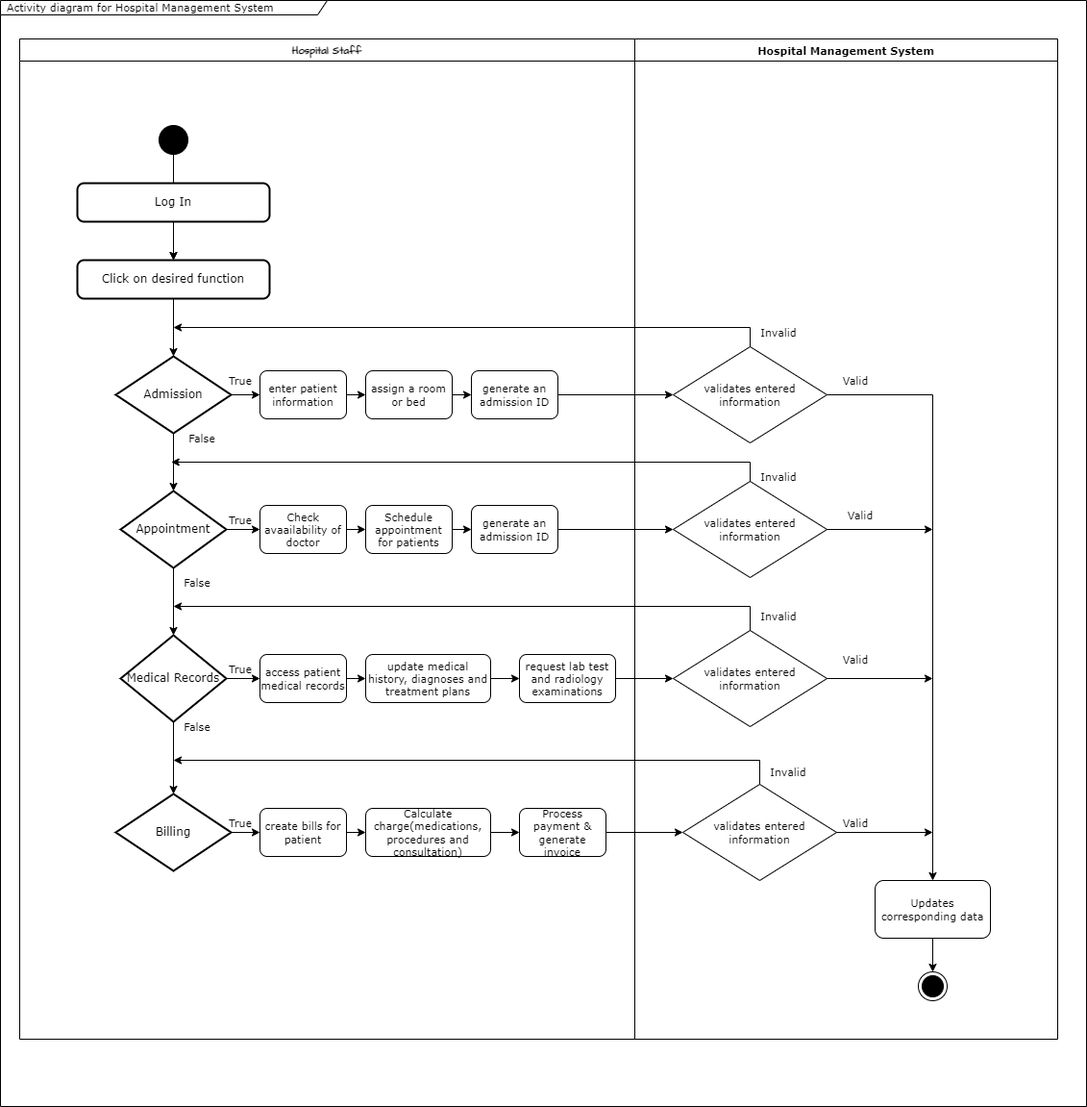
The draw.io diagram exercise/uml/submission/sec02/nurfarahadibah/ActDiagram.drawio.png in drshahizan/software-engineering, before a commit. Source tidied: cells renumbered, new cells last; positions are measured from the earlier drawing's top-left corner, leaving out a move shared by most shapes.
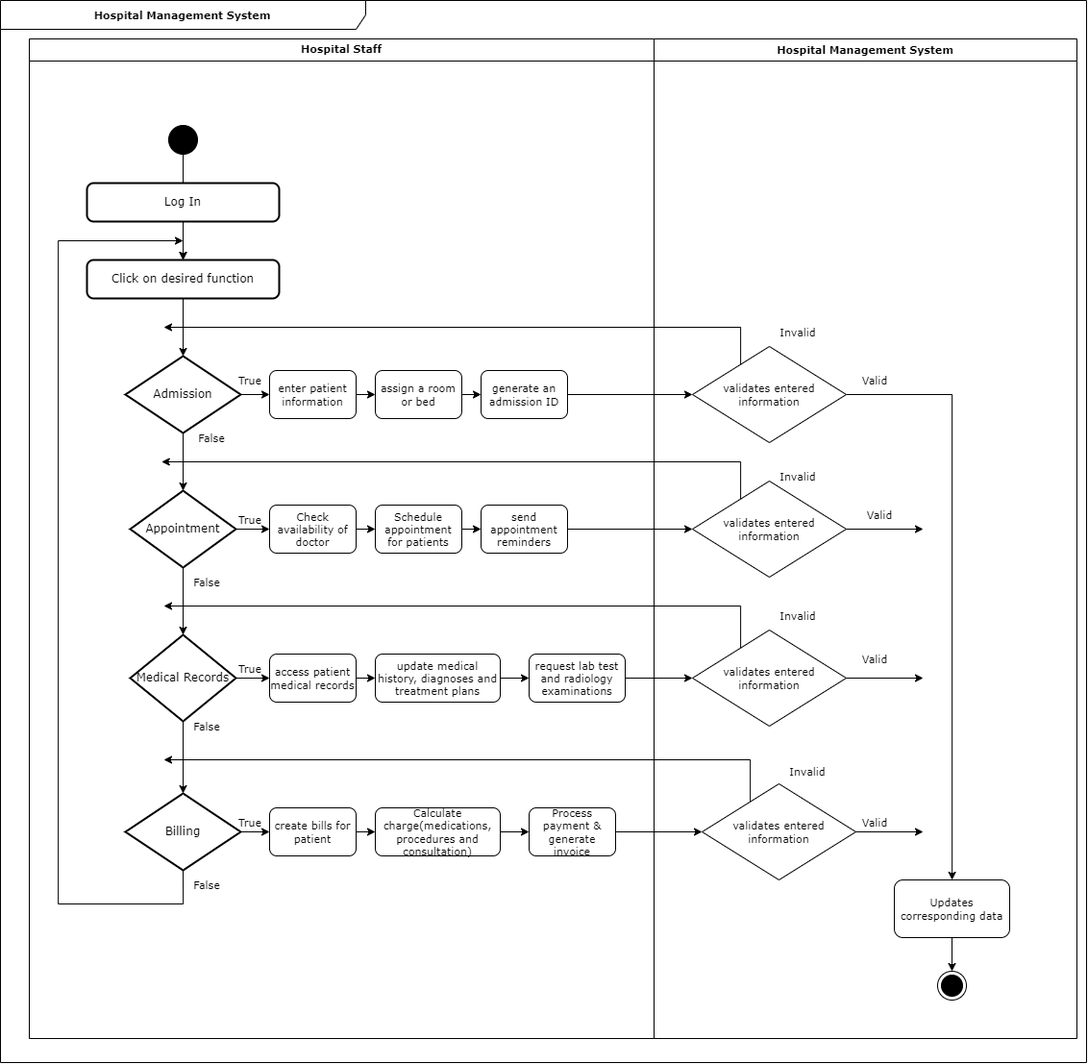
After the commit.

What changed in the source:
```diff
@@ -2,8 +2,8 @@
   <root>
     <mxCell id="0" />
     <mxCell id="1" parent="0" />
-    <mxCell id="2" value="Hospital Staff" style="swimlane;whiteSpace=wrap;html=1;sketch=0;hachureGap=4;jiggle=2;curveFitting=1;fontFamily=Architects Daughter;fontSource=https%3A%2F%2Ffonts.googleapis.com%2Fcss%3Ffamily%3DArchitects%2BDaughter;fontSize=11;" parent="1" vertex="1">
-      <mxGeometry x="20" y="40" width="640" height="1040" as="geometry" />
+    <mxCell id="2" value="&lt;font face=&quot;Verdana&quot;&gt;Hospital Staff&lt;/font&gt;" style="swimlane;whiteSpace=wrap;html=1;sketch=0;hachureGap=4;jiggle=2;curveFitting=1;fontFamily=Architects Daughter;fontSource=https%3A%2F%2Ffonts.googleapis.com%2Fcss%3Ffamily%3DArchitects%2BDaughter;fontSize=11;align=center;" parent="1" vertex="1">
+      <mxGeometry x="20" y="40" width="650" height="1040" as="geometry" />
     </mxCell>
     <mxCell id="3" style="edgeStyle=orthogonalEdgeStyle;rounded=0;sketch=0;hachureGap=4;jiggle=2;curveFitting=1;html=1;fontFamily=Verdana;fontSize=11;" parent="2" edge="1" source="4" target="19">
       <mxGeometry relative="1" as="geometry" />
@@ -74,7 +74,7 @@
     <mxCell id="25" style="edgeStyle=orthogonalEdgeStyle;rounded=0;sketch=0;hachureGap=4;jiggle=2;curveFitting=1;html=1;fontFamily=Verdana;fontSize=11;" parent="2" edge="1" source="26" target="28">
       <mxGeometry relative="1" as="geometry" />
     </mxCell>
-    <mxCell id="26" value="Check avaailability of doctor" style="rounded=1;whiteSpace=wrap;html=1;hachureGap=4;fontFamily=Verdana;fontSize=11;" parent="2" vertex="1">
+    <mxCell id="26" value="Check availability of doctor" style="rounded=1;whiteSpace=wrap;html=1;hachureGap=4;fontFamily=Verdana;fontSize=11;" parent="2" vertex="1">
       <mxGeometry x="250" y="485" width="90" height="50" as="geometry" />
     </mxCell>
     <mxCell id="27" style="edgeStyle=orthogonalEdgeStyle;rounded=0;sketch=0;hachureGap=4;jiggle=2;curveFitting=1;html=1;fontFamily=Verdana;fontSize=11;" parent="2" edge="1" source="28" target="29">
@@ -83,7 +83,7 @@
     <mxCell id="28" value="Schedule appointment for patients" style="rounded=1;whiteSpace=wrap;html=1;hachureGap=4;fontFamily=Verdana;fontSize=11;" parent="2" vertex="1">
       <mxGeometry x="360" y="485" width="90" height="50" as="geometry" />
     </mxCell>
-    <mxCell id="29" value="generate an admission ID" style="rounded=1;whiteSpace=wrap;html=1;hachureGap=4;fontFamily=Verdana;fontSize=11;" parent="2" vertex="1">
+    <mxCell id="29" value="send appointment reminders" style="rounded=1;whiteSpace=wrap;html=1;hachureGap=4;fontFamily=Verdana;fontSize=11;" parent="2" vertex="1">
       <mxGeometry x="470" y="485" width="90" height="50" as="geometry" />
     </mxCell>
     <mxCell id="30" style="edgeStyle=orthogonalEdgeStyle;rounded=0;sketch=0;hachureGap=4;jiggle=2;curveFitting=1;html=1;fontFamily=Verdana;fontSize=11;" parent="2" edge="1" source="31" target="33">
@@ -137,8 +137,24 @@
     <mxCell id="46" value="False" style="text;html=1;strokeColor=none;fillColor=none;align=center;verticalAlign=middle;whiteSpace=wrap;rounded=0;sketch=0;hachureGap=4;jiggle=2;curveFitting=1;fontFamily=Verdana;fontSize=11;" parent="2" vertex="1">
       <mxGeometry x="160" y="400" width="60" height="30" as="geometry" />
     </mxCell>
+    <mxCell id="76" style="edgeStyle=orthogonalEdgeStyle;rounded=0;sketch=0;hachureGap=4;jiggle=2;curveFitting=1;html=1;fontFamily=Verdana;fontSize=11;exitX=0.5;exitY=1;exitDx=0;exitDy=0;exitPerimeter=0;" parent="2" edge="1" source="17">
+      <mxGeometry relative="1" as="geometry">
+        <mxPoint x="160" y="210" as="targetPoint" />
+        <Array as="points">
+          <mxPoint x="160" y="900" />
+          <mxPoint x="30" y="900" />
+          <mxPoint x="30" y="210" />
+        </Array>
+      </mxGeometry>
+    </mxCell>
+    <mxCell id="77" value="False" style="text;html=1;strokeColor=none;fillColor=none;align=center;verticalAlign=middle;whiteSpace=wrap;rounded=0;sketch=0;hachureGap=4;jiggle=2;curveFitting=1;fontFamily=Verdana;fontSize=11;" parent="2" vertex="1">
+      <mxGeometry x="155" y="865" width="60" height="30" as="geometry" />
+    </mxCell>
+    <mxCell id="78" value="&lt;span style=&quot;font-weight: 700;&quot;&gt;Hospital Management System&lt;/span&gt;" style="shape=umlFrame;whiteSpace=wrap;html=1;sketch=0;hachureGap=4;jiggle=2;curveFitting=1;fontFamily=Verdana;fontSize=11;width=380;height=30;" parent="2" vertex="1">
+      <mxGeometry x="-30" y="-40" width="1130" height="1105" as="geometry" />
+    </mxCell>
-    <mxCell id="47" value="Hospital Management System" style="swimlane;whiteSpace=wrap;html=1;sketch=0;hachureGap=4;jiggle=2;curveFitting=1;fontFamily=Verdana;fontSize=11;" parent="1" vertex="1">
-      <mxGeometry x="660" y="40" width="440" height="1040" as="geometry" />
+    <mxCell id="47" value="Hospital Management System" style="swimlane;whiteSpace=wrap;html=1;sketch=0;hachureGap=4;jiggle=2;curveFitting=1;fontFamily=Verdana;fontSize=11;" parent="2" vertex="1">
+      <mxGeometry x="650" width="440" height="1040" as="geometry" />
     </mxCell>
     <mxCell id="48" style="edgeStyle=orthogonalEdgeStyle;rounded=0;sketch=0;hachureGap=4;jiggle=2;curveFitting=1;html=1;fontFamily=Verdana;fontSize=11;" parent="47" edge="1" source="49" target="54">
       <mxGeometry relative="1" as="geometry" />
@@ -188,67 +204,64 @@
     <mxCell id="63" value="Invalid" style="text;html=1;strokeColor=none;fillColor=none;align=center;verticalAlign=middle;whiteSpace=wrap;rounded=0;sketch=0;hachureGap=4;jiggle=2;curveFitting=1;fontFamily=Verdana;fontSize=11;" parent="47" vertex="1">
       <mxGeometry x="130" y="747" width="60" height="30" as="geometry" />
     </mxCell>
-    <mxCell id="64" style="edgeStyle=orthogonalEdgeStyle;rounded=0;sketch=0;hachureGap=4;jiggle=2;curveFitting=1;html=1;entryX=0;entryY=0.5;entryDx=0;entryDy=0;fontFamily=Verdana;fontSize=11;" parent="1" edge="1" source="24" target="49">
+    <mxCell id="64" style="edgeStyle=orthogonalEdgeStyle;rounded=0;sketch=0;hachureGap=4;jiggle=2;curveFitting=1;html=1;entryX=0;entryY=0.5;entryDx=0;entryDy=0;fontFamily=Verdana;fontSize=11;" parent="2" edge="1" source="24" target="49">
       <mxGeometry relative="1" as="geometry" />
     </mxCell>
-    <mxCell id="65" style="edgeStyle=orthogonalEdgeStyle;rounded=0;sketch=0;hachureGap=4;jiggle=2;curveFitting=1;html=1;entryX=0;entryY=0.5;entryDx=0;entryDy=0;fontFamily=Verdana;fontSize=11;" parent="1" edge="1" source="29" target="50">
+    <mxCell id="65" style="edgeStyle=orthogonalEdgeStyle;rounded=0;sketch=0;hachureGap=4;jiggle=2;curveFitting=1;html=1;entryX=0;entryY=0.5;entryDx=0;entryDy=0;fontFamily=Verdana;fontSize=11;" parent="2" edge="1" source="29" target="50">
       <mxGeometry relative="1" as="geometry" />
     </mxCell>
-    <mxCell id="66" style="edgeStyle=orthogonalEdgeStyle;rounded=0;sketch=0;hachureGap=4;jiggle=2;curveFitting=1;html=1;fontFamily=Verdana;fontSize=11;" parent="1" edge="1" source="34" target="51">
+    <mxCell id="66" style="edgeStyle=orthogonalEdgeStyle;rounded=0;sketch=0;hachureGap=4;jiggle=2;curveFitting=1;html=1;fontFamily=Verdana;fontSize=11;" parent="2" edge="1" source="34" target="51">
       <mxGeometry relative="1" as="geometry" />
     </mxCell>
-    <mxCell id="67" style="edgeStyle=orthogonalEdgeStyle;rounded=0;sketch=0;hachureGap=4;jiggle=2;curveFitting=1;html=1;entryX=0;entryY=0.5;entryDx=0;entryDy=0;fontFamily=Verdana;fontSize=11;" parent="1" edge="1" source="39" target="52">
+    <mxCell id="67" style="edgeStyle=orthogonalEdgeStyle;rounded=0;sketch=0;hachureGap=4;jiggle=2;curveFitting=1;html=1;entryX=0;entryY=0.5;entryDx=0;entryDy=0;fontFamily=Verdana;fontSize=11;" parent="2" edge="1" source="39" target="52">
       <mxGeometry relative="1" as="geometry" />
     </mxCell>
     <mxCell id="68" style="edgeStyle=orthogonalEdgeStyle;rounded=0;sketch=0;hachureGap=4;jiggle=2;curveFitting=1;html=1;fontFamily=Verdana;fontSize=11;" parent="1" edge="1" source="50">
       <mxGeometry relative="1" as="geometry">
-        <mxPoint x="970" y="550" as="targetPoint" />
+        <mxPoint x="950" y="550" as="targetPoint" />
       </mxGeometry>
     </mxCell>
     <mxCell id="69" style="edgeStyle=orthogonalEdgeStyle;rounded=0;sketch=0;hachureGap=4;jiggle=2;curveFitting=1;html=1;fontFamily=Verdana;fontSize=11;" parent="1" edge="1" source="51">
       <mxGeometry relative="1" as="geometry">
-        <mxPoint x="970" y="705" as="targetPoint" />
+        <mxPoint x="950" y="705" as="targetPoint" />
       </mxGeometry>
     </mxCell>
     <mxCell id="70" style="edgeStyle=orthogonalEdgeStyle;rounded=0;sketch=0;hachureGap=4;jiggle=2;curveFitting=1;html=1;fontFamily=Verdana;fontSize=11;" parent="1" edge="1" source="52">
       <mxGeometry relative="1" as="geometry">
-        <mxPoint x="970" y="865" as="targetPoint" />
+        <mxPoint x="950" y="865" as="targetPoint" />
       </mxGeometry>
     </mxCell>
     <mxCell id="71" style="edgeStyle=orthogonalEdgeStyle;rounded=0;sketch=0;hachureGap=4;jiggle=2;curveFitting=1;html=1;fontFamily=Verdana;fontSize=11;" parent="1" edge="1" source="49">
       <mxGeometry relative="1" as="geometry">
-        <mxPoint x="180" y="340" as="targetPoint" />
+        <mxPoint x="160" y="340" as="targetPoint" />
         <Array as="points">
-          <mxPoint x="780" y="340" />
+          <mxPoint x="760" y="340" />
         </Array>
       </mxGeometry>
     </mxCell>
     <mxCell id="72" style="edgeStyle=orthogonalEdgeStyle;rounded=0;sketch=0;hachureGap=4;jiggle=2;curveFitting=1;html=1;fontFamily=Verdana;fontSize=11;" parent="1" edge="1" source="50">
       <mxGeometry relative="1" as="geometry">
-        <mxPoint x="177.7" y="480" as="targetPoint" />
+        <mxPoint x="157.7" y="480" as="targetPoint" />
         <Array as="points">
-          <mxPoint x="780" y="480" />
+          <mxPoint x="760" y="480" />
         </Array>
       </mxGeometry>
     </mxCell>
     <mxCell id="73" style="edgeStyle=orthogonalEdgeStyle;rounded=0;sketch=0;hachureGap=4;jiggle=2;curveFitting=1;html=1;fontFamily=Verdana;fontSize=11;" parent="1" edge="1" source="51">
       <mxGeometry relative="1" as="geometry">
-        <mxPoint x="180" y="630" as="targetPoint" />
+        <mxPoint x="160" y="630" as="targetPoint" />
         <Array as="points">
-          <mxPoint x="780" y="630" />
+          <mxPoint x="760" y="630" />
         </Array>
       </mxGeometry>
     </mxCell>
     <mxCell id="74" style="edgeStyle=orthogonalEdgeStyle;rounded=0;sketch=0;hachureGap=4;jiggle=2;curveFitting=1;html=1;fontFamily=Verdana;fontSize=11;" parent="1" edge="1" source="52">
       <mxGeometry relative="1" as="geometry">
-        <mxPoint x="180" y="790" as="targetPoint" />
+        <mxPoint x="160" y="790" as="targetPoint" />
         <Array as="points">
-          <mxPoint x="790" y="790" />
+          <mxPoint x="770" y="790" />
         </Array>
       </mxGeometry>
     </mxCell>
-    <mxCell id="75" value="Activity diagram for Hospital Management System" style="shape=umlFrame;whiteSpace=wrap;html=1;width=340;height=15;boundedLbl=1;verticalAlign=middle;align=left;spacingLeft=5;sketch=0;hachureGap=4;jiggle=2;curveFitting=1;fontFamily=Verdana;fontSize=11;" parent="1" vertex="1">
-      <mxGeometry width="1130" height="1150" as="geometry" />
-    </mxCell>
   </root>
 </mxGraphModel>
```
